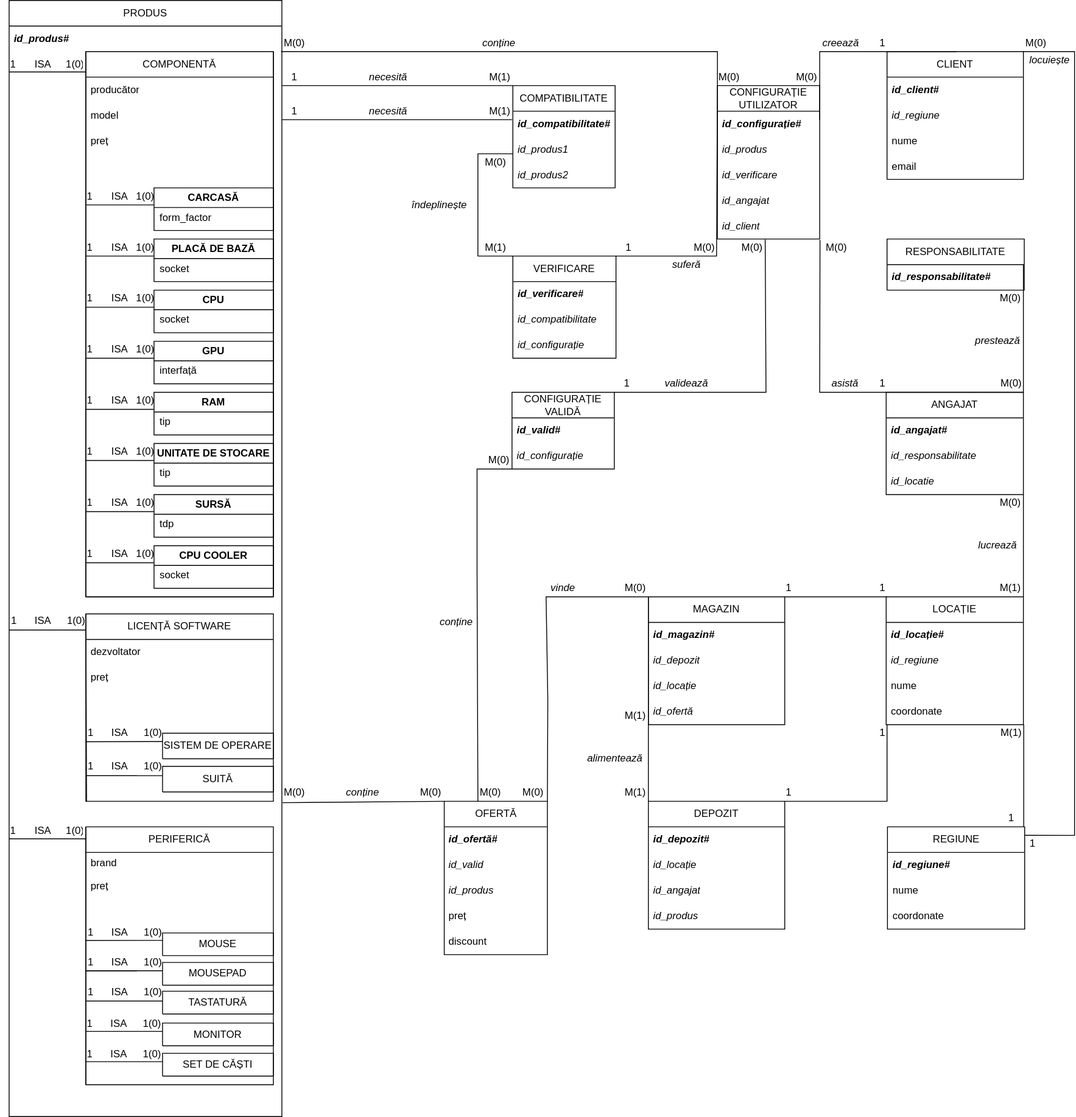
The draw.io diagram Anul I - Licenta/Semestrul II/Baze de Date/Teme/Tema I/Diagrama ER.svg in vlaxcs/FMI-INFO-S15-2024-2027, before a commit. Source tidied: cells renumbered, new cells last; positions are measured from the earlier drawing's top-left corner, leaving out a move shared by most shapes.
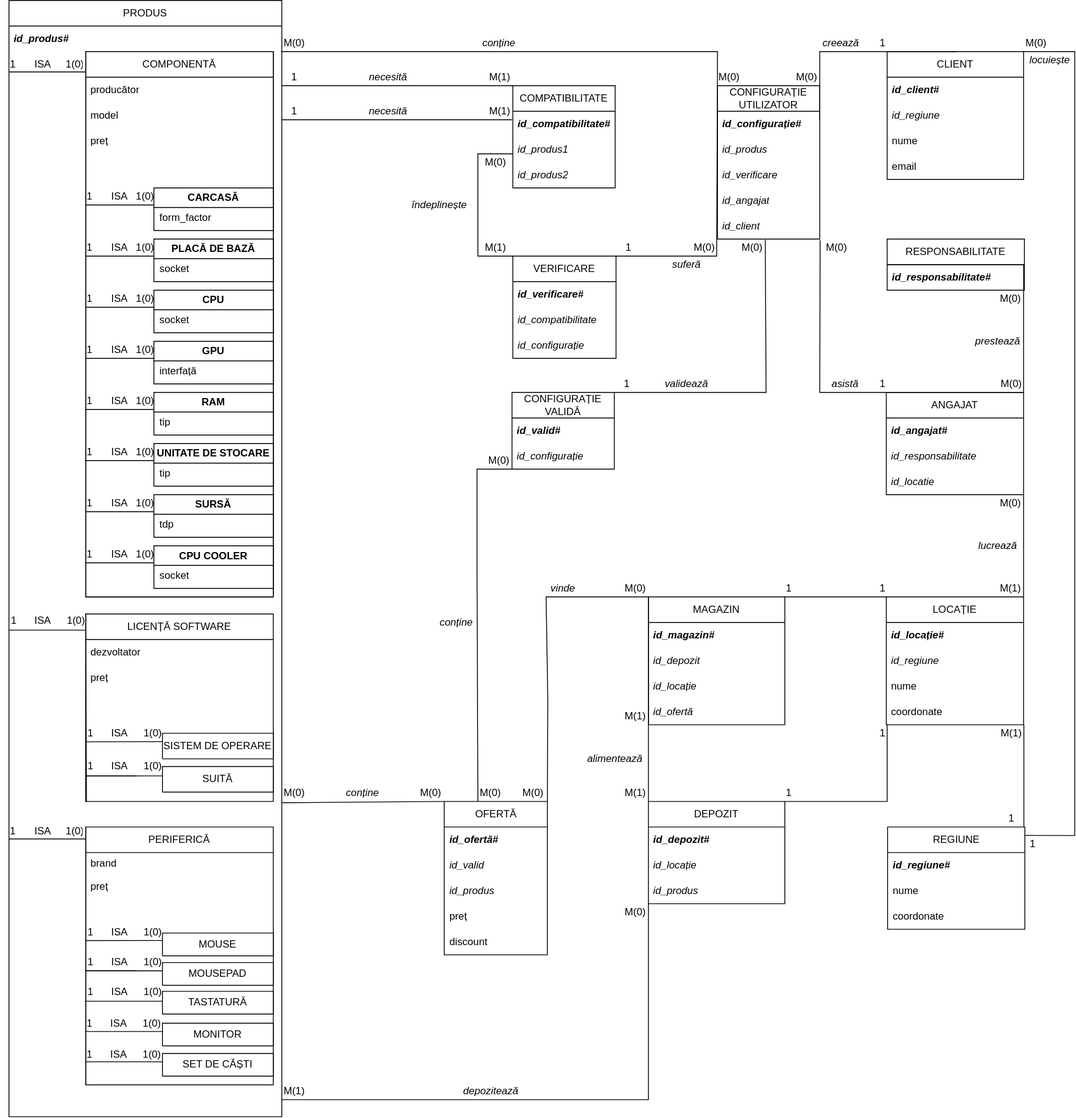
Later version of the same file.

What changed in the source:
```diff
@@ -822,7 +822,7 @@
       </mxGeometry>
     </mxCell>
     <mxCell id="227" value="DEPOZIT" style="swimlane;fontStyle=0;horizontal=1;startSize=30;whiteSpace=wrap;html=1;fillColor=none;" parent="1" vertex="1">
-      <mxGeometry x="760" y="940" width="160" height="150" as="geometry" />
+      <mxGeometry x="760" y="940" width="160" height="120" as="geometry" />
     </mxCell>
     <mxCell id="228" value="id_depozit#" style="text;align=left;verticalAlign=middle;spacingLeft=4;spacingRight=4;overflow=hidden;whiteSpace=wrap;html=1;fontStyle=3;fillColor=none;" parent="227" vertex="1">
       <mxGeometry y="30" width="160" height="30" as="geometry" />
@@ -830,11 +830,8 @@
     <mxCell id="229" value="id_locație" style="text;align=left;verticalAlign=middle;spacingLeft=4;spacingRight=4;overflow=hidden;whiteSpace=wrap;html=1;fontStyle=2;fillColor=none;" parent="227" vertex="1">
       <mxGeometry y="60" width="160" height="30" as="geometry" />
     </mxCell>
-    <mxCell id="230" value="id_angajat" style="text;align=left;verticalAlign=middle;spacingLeft=4;spacingRight=4;overflow=hidden;whiteSpace=wrap;html=1;fontStyle=2;fillColor=none;" parent="227" vertex="1">
-      <mxGeometry y="90" width="160" height="30" as="geometry" />
-    </mxCell>
     <mxCell id="231" value="id_produs" style="text;align=left;verticalAlign=middle;spacingLeft=4;spacingRight=4;overflow=hidden;whiteSpace=wrap;html=1;fontStyle=2;fillColor=none;" parent="227" vertex="1">
-      <mxGeometry y="120" width="160" height="30" as="geometry" />
+      <mxGeometry y="90" width="160" height="30" as="geometry" />
     </mxCell>
     <mxCell id="232" value="MAGAZIN" style="swimlane;fontStyle=0;horizontal=1;startSize=30;whiteSpace=wrap;html=1;fillColor=none;" parent="1" vertex="1">
       <mxGeometry x="760" y="700" width="160" height="150" as="geometry" />
@@ -929,5 +926,25 @@
     <mxCell id="255" value="&lt;i&gt;&lt;font style=&quot;font-size: 12px;&quot;&gt;locuiește&lt;/font&gt;&lt;/i&gt;" style="text;html=1;align=center;verticalAlign=middle;whiteSpace=wrap;rounded=0;fontSize=10;fillColor=none;" parent="1" vertex="1">
       <mxGeometry x="1205.5" y="60" width="50" height="20" as="geometry" />
     </mxCell>
+    <mxCell id="256" style="endArrow=none;html=1;rounded=0;fillColor=none;exitX=1.001;exitY=0.984;exitDx=0;exitDy=0;exitPerimeter=0;" parent="1" edge="1">
+      <mxGeometry relative="1" as="geometry">
+        <mxPoint x="330" y="1290" as="sourcePoint" />
+        <mxPoint x="760" y="1084" as="targetPoint" />
+        <Array as="points">
+          <mxPoint x="760" y="1290" />
+          <mxPoint x="760" y="1084" />
+          <mxPoint x="760" y="1060" />
+        </Array>
+      </mxGeometry>
+    </mxCell>
+    <mxCell id="257" value="M(0)" style="text;html=1;align=center;verticalAlign=middle;whiteSpace=wrap;rounded=0;fillColor=none;" parent="1" vertex="1">
+      <mxGeometry x="730" y="1060" width="30" height="20" as="geometry" />
+    </mxCell>
+    <mxCell id="258" value="M(1)" style="text;html=1;align=center;verticalAlign=middle;whiteSpace=wrap;rounded=0;fillColor=none;" parent="1" vertex="1">
+      <mxGeometry x="330" y="1270" width="30" height="20" as="geometry" />
+    </mxCell>
+    <mxCell id="259" value="&lt;i&gt;&lt;font style=&quot;font-size: 12px;&quot;&gt;depozitează&lt;/font&gt;&lt;/i&gt;" style="text;html=1;align=center;verticalAlign=middle;whiteSpace=wrap;rounded=0;fontSize=10;fillColor=none;" parent="1" vertex="1">
+      <mxGeometry x="544.5" y="1270" width="61" height="20" as="geometry" />
+    </mxCell>
   </root>
 </mxGraphModel>
```
